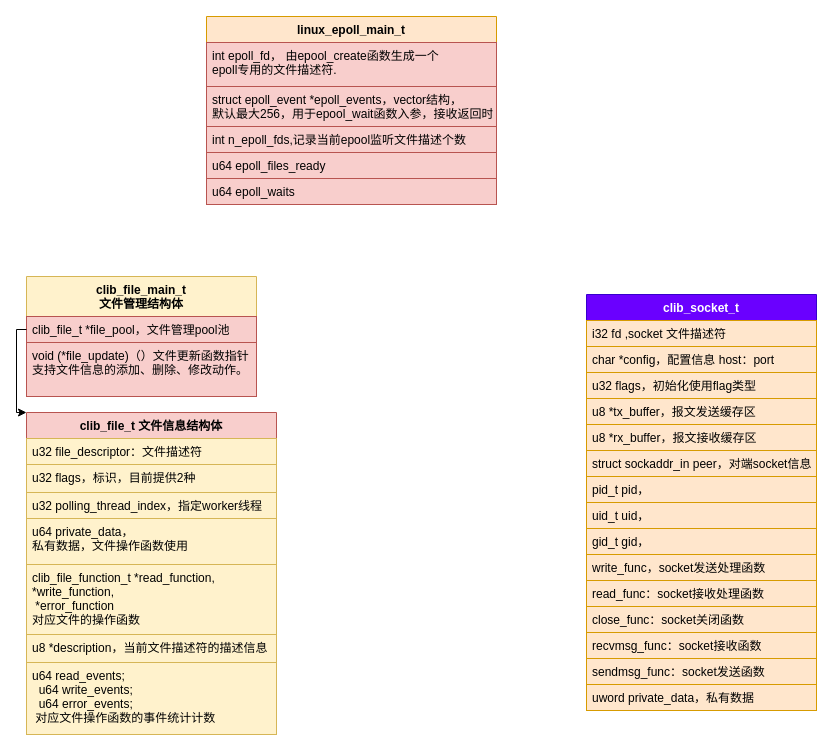
Before: new_map/vppinfra_socket.drawio in jin13417/dpdk-vpp-learning, a draw.io diagram. Source tidied: cells renumbered, new cells numbered last; positions are measured from the earlier drawing's top-left corner, leaving out a move shared by most shapes. Both pictures are drawn from the tidied source at 100%, with x=0, y=0 at pixel (16, 16).
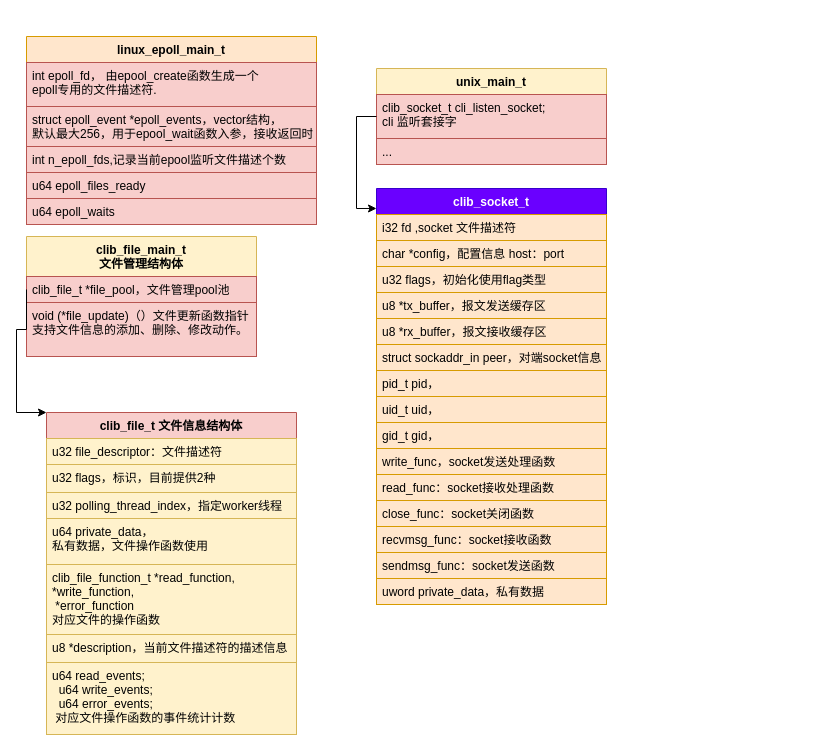
The same page after the edit.

The edit, as a diff of the source:
```diff
@@
     <mxCell id="2" value="clib_socket_t&#10;" style="swimlane;fontStyle=1;align=center;verticalAlign=top;horizontal=1;startSize=26;fillColor=#6a00ff;strokeColor=#3700CC;fontColor=#ffffff;" parent="1" vertex="1">
-      <mxGeometry x="570" y="278" width="230" height="416" as="geometry" />
+      <mxGeometry x="360" y="172" width="230" height="416" as="geometry" />
     </mxCell>
@@
     <mxCell id="18" value="linux_epoll_main_t" style="swimlane;fontStyle=1;align=center;verticalAlign=top;horizontal=1;startSize=26;fillColor=#ffe6cc;strokeColor=#d79b00;" parent="1" vertex="1">
-      <mxGeometry x="190" width="290" height="188" as="geometry" />
+      <mxGeometry x="10" y="20" width="290" height="188" as="geometry" />
     </mxCell>
@@
     <mxCell id="24" value="clib_file_main_t&#10;文件管理结构体" style="swimlane;fontStyle=1;align=center;verticalAlign=top;horizontal=1;startSize=40;strokeColor=#d6b656;fillColor=#fff2cc;" parent="1" vertex="1">
-      <mxGeometry x="10" y="260" width="230" height="120" as="geometry" />
+      <mxGeometry x="10" y="220" width="230" height="120" as="geometry" />
     </mxCell>
@@
     <mxCell id="27" value="clib_file_t 文件信息结构体" style="swimlane;fontStyle=1;align=center;verticalAlign=top;horizontal=1;startSize=26;strokeColor=#b85450;fillColor=#f8cecc;" parent="1" vertex="1">
-      <mxGeometry x="10" y="396" width="250" height="322" as="geometry" />
+      <mxGeometry x="30" y="396" width="250" height="322" as="geometry" />
     </mxCell>
@@
+    <mxCell id="36" value="unix_main_t" style="swimlane;fontStyle=1;align=center;verticalAlign=top;horizontal=1;startSize=26;strokeColor=#d6b656;fillColor=#fff2cc;" parent="1" vertex="1">
+      <mxGeometry x="360" y="52" width="230" height="96" as="geometry" />
+    </mxCell>
+    <mxCell id="37" value="clib_socket_t cli_listen_socket;&#10;cli 监听套接字" style="text;strokeColor=#b85450;fillColor=#f8cecc;align=left;verticalAlign=top;spacingLeft=4;spacingRight=4;overflow=hidden;points=[[0,0.5],[1,0.5]];portConstraint=eastwest;" parent="36" vertex="1">
+      <mxGeometry y="26" width="230" height="44" as="geometry" />
+    </mxCell>
+    <mxCell id="38" value="..." style="text;strokeColor=#b85450;fillColor=#f8cecc;align=left;verticalAlign=top;spacingLeft=4;spacingRight=4;overflow=hidden;" parent="36" vertex="1">
+      <mxGeometry y="70" width="230" height="26" as="geometry" />
+    </mxCell>
+    <mxCell id="39" style="edgeStyle=orthogonalEdgeStyle;rounded=0;jettySize=auto;html=1;exitX=0;exitY=0.5;exitDx=0;exitDy=0;entryX=0;entryY=0.048;entryDx=0;entryDy=0;entryPerimeter=0;" parent="1" edge="1" source="37" target="2">
+      <mxGeometry relative="1" as="geometry" />
+    </mxCell>
```
